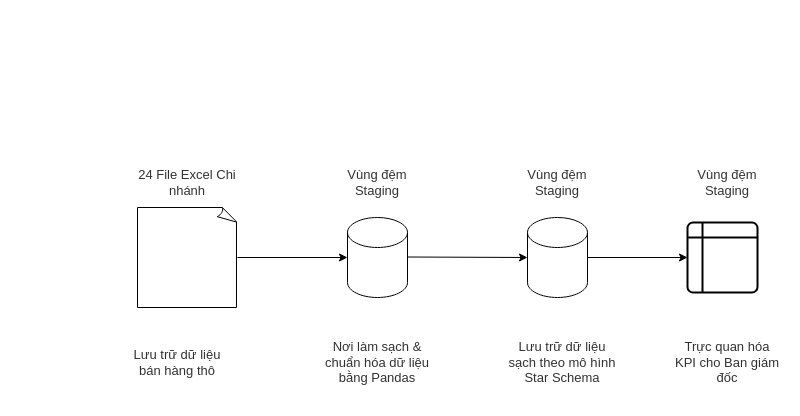
Robert17-02-05/cdtn1-huynhminhtri-l6 keeps this draw.io diagram as docs/architecture.drawio. Above is the earlier version. Source tidied: cells renumbered, new cells numbered last; positions are measured from the earlier drawing's top-left corner, leaving out a move shared by most shapes. Both pictures are drawn from the tidied source at 100%, with x=0, y=0 at pixel (127, 167).
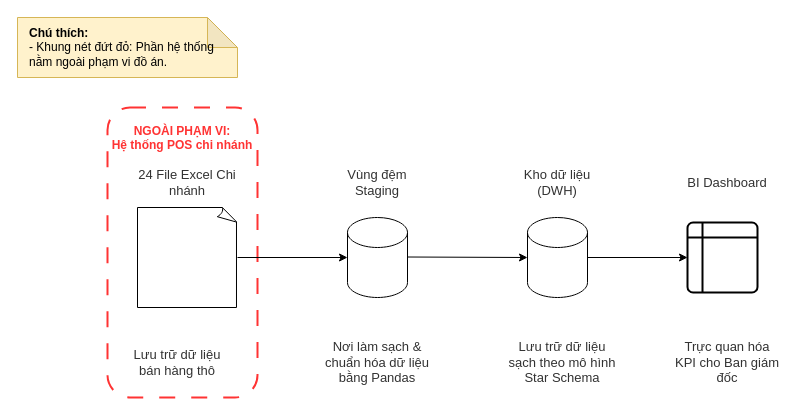
Above is the later version.

Change to the diagram source:
```diff
@@
 <mxGraphModel>
   <root>
     <mxCell id="0" />
     <mxCell id="1" parent="0" />
+    <mxCell id="17" value="NGOÀI PHẠM VI:&lt;br&gt;Hệ thống POS chi nhánh" style="rounded=1;whiteSpace=wrap;html=1;dashed=1;dashPattern=8 8;fillColor=none;strokeColor=#FF3333;strokeWidth=2;align=center;verticalAlign=top;fontColor=#FF3333;fontStyle=1;spacingTop=10;" parent="1" vertex="1">
+      <mxGeometry x="-20" y="-60" width="150" height="290" as="geometry" />
+    </mxCell>
+    <mxCell id="18" value="&lt;b&gt;Chú thích:&lt;/b&gt;&lt;br&gt;- Khung nét đứt đỏ: Phần hệ thống nằm ngoài phạm vi đồ án." style="shape=note;whiteSpace=wrap;html=1;backgroundOutline=1;darkOpacity=0.05;fillColor=#fff2cc;strokeColor=#d6b656;align=left;spacingLeft=10;" parent="1" vertex="1">
+      <mxGeometry x="-110" y="-150" width="220" height="60" as="geometry" />
+    </mxCell>
     <mxCell id="2" style="shape=cylinder3;whiteSpace=wrap;html=1;boundedLbl=1;backgroundOutline=1;size=15;" parent="1" vertex="1">
       <mxGeometry x="220" y="50" width="60" height="80" as="geometry" />
     </mxCell>
     <mxCell id="3" style="shape=cylinder3;whiteSpace=wrap;html=1;boundedLbl=1;backgroundOutline=1;size=15;" parent="1" vertex="1">
       <mxGeometry x="400" y="50" width="60" height="80" as="geometry" />
     </mxCell>
     <mxCell id="4" style="whiteSpace=wrap;html=1;shape=mxgraph.basic.document;" parent="1" vertex="1">
       <mxGeometry x="10" y="40" width="100" height="100" as="geometry" />
     </mxCell>
     <mxCell id="5" style="shape=internalStorage;whiteSpace=wrap;html=1;dx=15;dy=15;rounded=1;arcSize=8;strokeWidth=2;" parent="1" vertex="1">
       <mxGeometry x="560" y="55" width="70" height="70" as="geometry" />
     </mxCell>
     <mxCell id="6" value="&lt;span style=&quot;color: rgb(50, 50, 50); font-family: &amp;quot;Source Han Sans&amp;quot;; font-size: 13px; background-color: rgba(255, 255, 255, 0.01);&quot;&gt;24 File Excel Chi nhánh&lt;/span&gt;" style="text;html=1;whiteSpace=wrap;strokeColor=none;fillColor=none;align=center;verticalAlign=middle;rounded=0;" parent="1" vertex="1">
       <mxGeometry x="10" width="100" height="30" as="geometry" />
     </mxCell>
     <mxCell id="7" value="&lt;span style=&quot;color: rgb(50, 50, 50); font-family: &amp;quot;Source Han Sans&amp;quot;; font-size: 13px; background-color: rgba(255, 255, 255, 0.01);&quot;&gt;Vùng đệm Staging&lt;/span&gt;" style="text;html=1;whiteSpace=wrap;strokeColor=none;fillColor=none;align=center;verticalAlign=middle;rounded=0;" parent="1" vertex="1">
       <mxGeometry x="200" width="100" height="30" as="geometry" />
     </mxCell>
-    <mxCell id="8" value="&lt;span style=&quot;color: rgb(50, 50, 50); font-family: &amp;quot;Source Han Sans&amp;quot;; font-size: 13px; background-color: rgba(255, 255, 255, 0.01);&quot;&gt;Vùng đệm Staging&lt;/span&gt;" style="text;html=1;whiteSpace=wrap;strokeColor=none;fillColor=none;align=center;verticalAlign=middle;rounded=0;" parent="1" vertex="1">
+    <mxCell id="8" value="&lt;span style=&quot;color: rgb(50, 50, 50); font-family: &amp;quot;Source Han Sans&amp;quot;; font-size: 13px; background-color: rgba(255, 255, 255, 0.01);&quot;&gt;Kho dữ liệu (DWH)&lt;/span&gt;" style="text;html=1;whiteSpace=wrap;strokeColor=none;fillColor=none;align=center;verticalAlign=middle;rounded=0;" parent="1" vertex="1">
       <mxGeometry x="380" width="100" height="30" as="geometry" />
     </mxCell>
-    <mxCell id="9" value="&lt;span style=&quot;color: rgb(50, 50, 50); font-family: &amp;quot;Source Han Sans&amp;quot;; font-size: 13px; background-color: rgba(255, 255, 255, 0.01);&quot;&gt;Vùng đệm Staging&lt;/span&gt;" style="text;html=1;whiteSpace=wrap;strokeColor=none;fillColor=none;align=center;verticalAlign=middle;rounded=0;" parent="1" vertex="1">
+    <mxCell id="9" value="&lt;span style=&quot;color: rgb(50, 50, 50); font-family: &amp;quot;Source Han Sans&amp;quot;; font-size: 13px; background-color: rgba(255, 255, 255, 0.01);&quot;&gt;BI Dashboard&lt;/span&gt;" style="text;html=1;whiteSpace=wrap;strokeColor=none;fillColor=none;align=center;verticalAlign=middle;rounded=0;" parent="1" vertex="1">
       <mxGeometry x="550" width="100" height="30" as="geometry" />
     </mxCell>
     <mxCell id="10" value="&lt;span style=&quot;color: rgb(50, 50, 50); font-family: &amp;quot;Source Han Sans&amp;quot;; font-size: 13px; background-color: rgba(255, 255, 255, 0.01);&quot;&gt;Trực quan hóa KPI cho Ban giám đốc&lt;/span&gt;" style="text;html=1;whiteSpace=wrap;strokeColor=none;fillColor=none;align=center;verticalAlign=middle;rounded=0;" parent="1" vertex="1">
       <mxGeometry x="545" y="180" width="110" height="30" as="geometry" />
     </mxCell>
     <mxCell id="11" value="&lt;span style=&quot;color: rgb(50, 50, 50); font-family: &amp;quot;Source Han Sans&amp;quot;; font-size: 13px; background-color: rgba(255, 255, 255, 0.01);&quot;&gt;Lưu trữ dữ liệu sạch theo mô hình Star Schema&lt;/span&gt;" style="text;html=1;whiteSpace=wrap;strokeColor=none;fillColor=none;align=center;verticalAlign=middle;rounded=0;" parent="1" vertex="1">
       <mxGeometry x="380" y="180" width="110" height="30" as="geometry" />
     </mxCell>
     <mxCell id="12" value="&lt;span style=&quot;color: rgb(50, 50, 50); font-family: &amp;quot;Source Han Sans&amp;quot;; font-size: 13px; background-color: rgba(255, 255, 255, 0.01);&quot;&gt;Nơi làm sạch &amp;amp; chuẩn hóa dữ liệu bằng Pandas&lt;/span&gt;" style="text;html=1;whiteSpace=wrap;strokeColor=none;fillColor=none;align=center;verticalAlign=middle;rounded=0;" parent="1" vertex="1">
       <mxGeometry x="190" y="180" width="120" height="30" as="geometry" />
     </mxCell>
     <mxCell id="13" value="&lt;span style=&quot;color: rgb(50, 50, 50); font-family: &amp;quot;Source Han Sans&amp;quot;; font-size: 13px; background-color: rgba(255, 255, 255, 0.01);&quot;&gt;Lưu trữ dữ liệu bán hàng thô&lt;/span&gt;" style="text;html=1;whiteSpace=wrap;strokeColor=none;fillColor=none;align=center;verticalAlign=middle;rounded=0;" parent="1" vertex="1">
       <mxGeometry y="180" width="100" height="30" as="geometry" />
     </mxCell>
     <mxCell id="14" style="endArrow=classic;html=1;rounded=0;entryX=0;entryY=0.5;entryDx=0;entryDy=0;entryPerimeter=0;exitX=1;exitY=0.5;exitDx=0;exitDy=0;exitPerimeter=0;" parent="1" edge="1" source="4" target="2">
       <mxGeometry relative="1" as="geometry" />
     </mxCell>
     <mxCell id="15" style="endArrow=classic;html=1;rounded=0;entryX=0;entryY=0.5;entryDx=0;entryDy=0;entryPerimeter=0;exitX=1;exitY=0.5;exitDx=0;exitDy=0;exitPerimeter=0;" parent="1" edge="1" target="3">
       <mxGeometry relative="1" as="geometry">
         <mxPoint x="280" y="89.5" as="sourcePoint" />
       </mxGeometry>
     </mxCell>
     <mxCell id="16" style="endArrow=classic;html=1;rounded=0;entryX=0;entryY=0.5;entryDx=0;entryDy=0;exitX=1;exitY=0.5;exitDx=0;exitDy=0;exitPerimeter=0;" parent="1" edge="1" source="3" target="5">
       <mxGeometry relative="1" as="geometry" />
     </mxCell>
   </root>
 </mxGraphModel>
```
